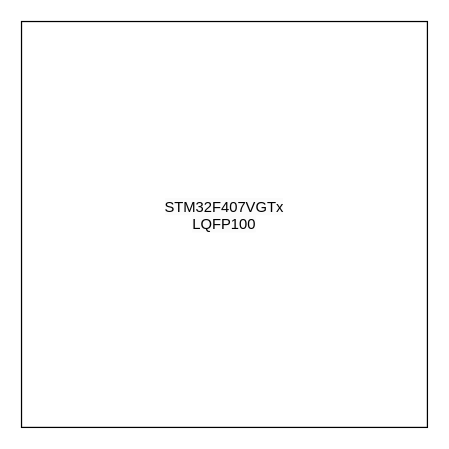
This is page "Página-2" (2 of 2) of controlhumedad.drawio from Sasarindo00/Ingenieria-6semestre, a draw.io file, before an edit. Source tidied: cells renumbered, new cells numbered last; positions are measured from the earlier drawing's top-left corner, leaving out a move shared by most shapes. Both pictures are drawn from the tidied source at 123%, with x=0, y=0 at pixel (21, 21).
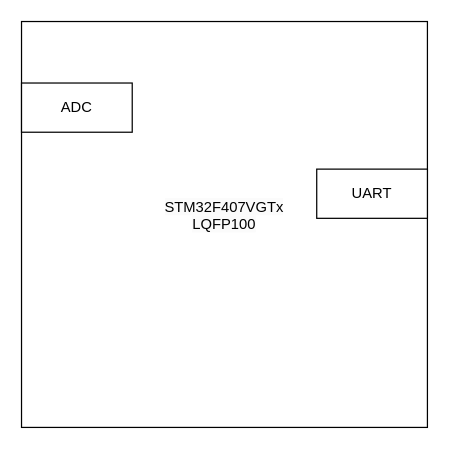
After the change.

Change to the diagram source:
```diff
@@
 <mxGraphModel>
   <root>
     <mxCell id="0" />
     <mxCell id="1" parent="0" />
     <mxCell id="2" value="&#10;&lt;span style=&quot;color: rgb(0, 0, 0); font-family: Helvetica; font-size: 12px; font-style: normal; font-variant-ligatures: normal; font-variant-caps: normal; font-weight: 400; letter-spacing: normal; orphans: 2; text-align: center; text-indent: 0px; text-transform: none; widows: 2; word-spacing: 0px; -webkit-text-stroke-width: 0px; background-color: rgb(251, 251, 251); text-decoration-thickness: initial; text-decoration-style: initial; text-decoration-color: initial; float: none; display: inline !important;&quot;&gt;STM32F407VGTx&lt;/span&gt;&lt;br style=&quot;border-color: var(--border-color); color: rgb(0, 0, 0); font-family: Helvetica; font-size: 12px; font-style: normal; font-variant-ligatures: normal; font-variant-caps: normal; font-weight: 400; letter-spacing: normal; orphans: 2; text-align: center; text-indent: 0px; text-transform: none; widows: 2; word-spacing: 0px; -webkit-text-stroke-width: 0px; background-color: rgb(251, 251, 251); text-decoration-thickness: initial; text-decoration-style: initial; text-decoration-color: initial;&quot;&gt;&lt;span style=&quot;color: rgb(0, 0, 0); font-family: Helvetica; font-size: 12px; font-style: normal; font-variant-ligatures: normal; font-variant-caps: normal; font-weight: 400; letter-spacing: normal; orphans: 2; text-align: center; text-indent: 0px; text-transform: none; widows: 2; word-spacing: 0px; -webkit-text-stroke-width: 0px; background-color: rgb(251, 251, 251); text-decoration-thickness: initial; text-decoration-style: initial; text-decoration-color: initial; float: none; display: inline !important;&quot;&gt;LQFP100&lt;/span&gt;&#10;&#10;" style="whiteSpace=wrap;html=1;" parent="1" vertex="1">
       <mxGeometry width="330" height="330" as="geometry" />
     </mxCell>
+    <mxCell id="3" value="UART&lt;br&gt;" style="rounded=0;whiteSpace=wrap;html=1;" parent="1" vertex="1">
+      <mxGeometry x="240" y="120" width="90" height="40" as="geometry" />
+    </mxCell>
+    <mxCell id="4" value="ADC" style="rounded=0;whiteSpace=wrap;html=1;" parent="1" vertex="1">
+      <mxGeometry y="50" width="90" height="40" as="geometry" />
+    </mxCell>
   </root>
 </mxGraphModel>
```
